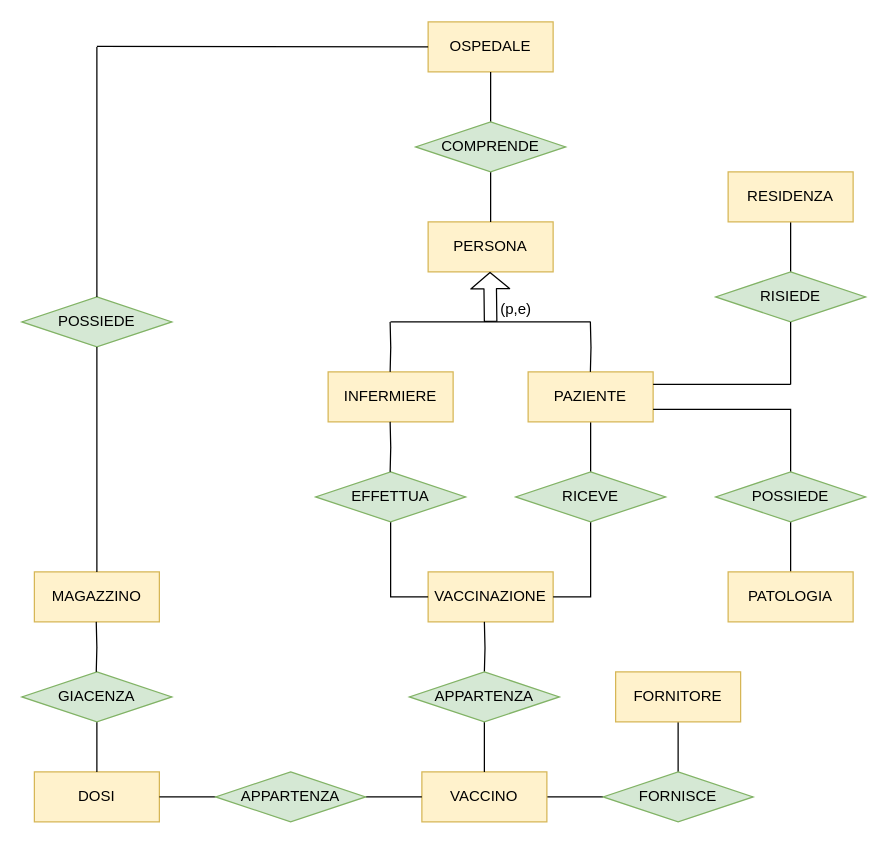
Above: report/Diagrammi E-R/Schema finale.drawio in luigi-borriello00/Vaccinations-Tracker (draw.io), before the change. Source tidied: cells renumbered, new cells numbered last; positions are measured from the earlier drawing's top-left corner, leaving out a move shared by most shapes. Both pictures are drawn from the tidied source at 125%, with x=0, y=0 at pixel (21, 21).
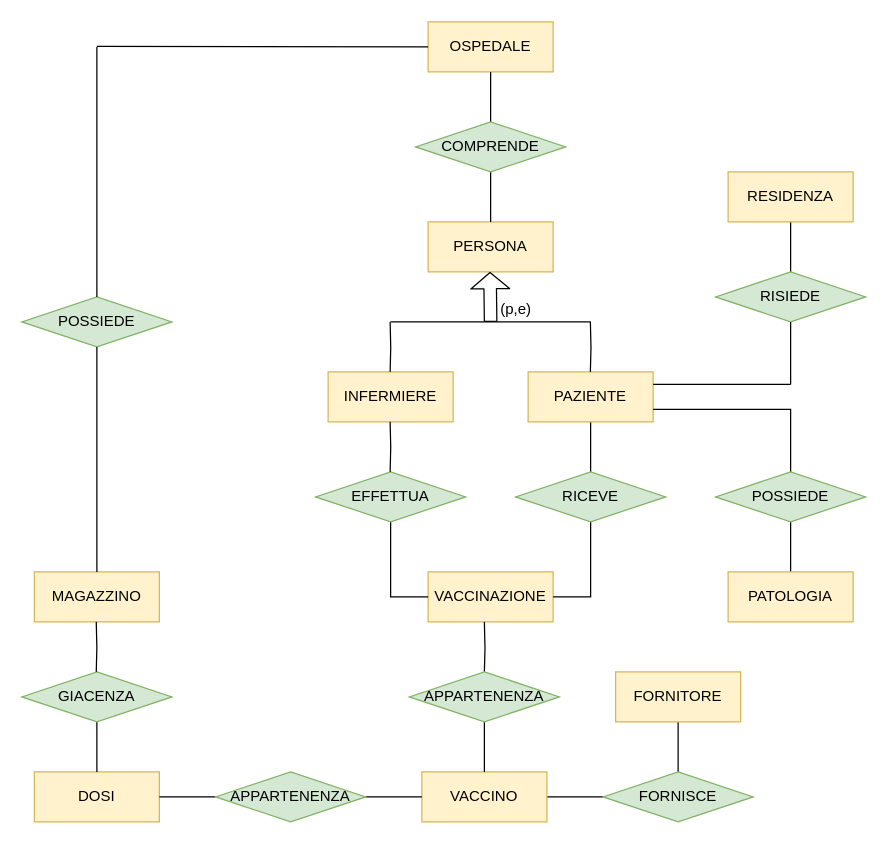
After the change.

The edit, as a diff of the source:
```diff
@@
-    <mxCell id="29" value="APPARTENZA" style="shape=rhombus;perimeter=rhombusPerimeter;whiteSpace=wrap;html=1;align=center;fillColor=#d5e8d4;strokeColor=#82b366;" parent="1" vertex="1">
+    <mxCell id="29" value="APPARTENENZA" style="shape=rhombus;perimeter=rhombusPerimeter;whiteSpace=wrap;html=1;align=center;fillColor=#d5e8d4;strokeColor=#82b366;" parent="1" vertex="1">
       <mxGeometry x="310" y="520" width="120" height="40" as="geometry" />
     </mxCell>
@@
-    <mxCell id="33" value="APPARTENZA" style="shape=rhombus;perimeter=rhombusPerimeter;whiteSpace=wrap;html=1;align=center;fillColor=#d5e8d4;strokeColor=#82b366;" parent="1" vertex="1">
+    <mxCell id="33" value="APPARTENENZA" style="shape=rhombus;perimeter=rhombusPerimeter;whiteSpace=wrap;html=1;align=center;fillColor=#d5e8d4;strokeColor=#82b366;" parent="1" vertex="1">
       <mxGeometry x="155" y="600" width="120" height="40" as="geometry" />
     </mxCell>
```
